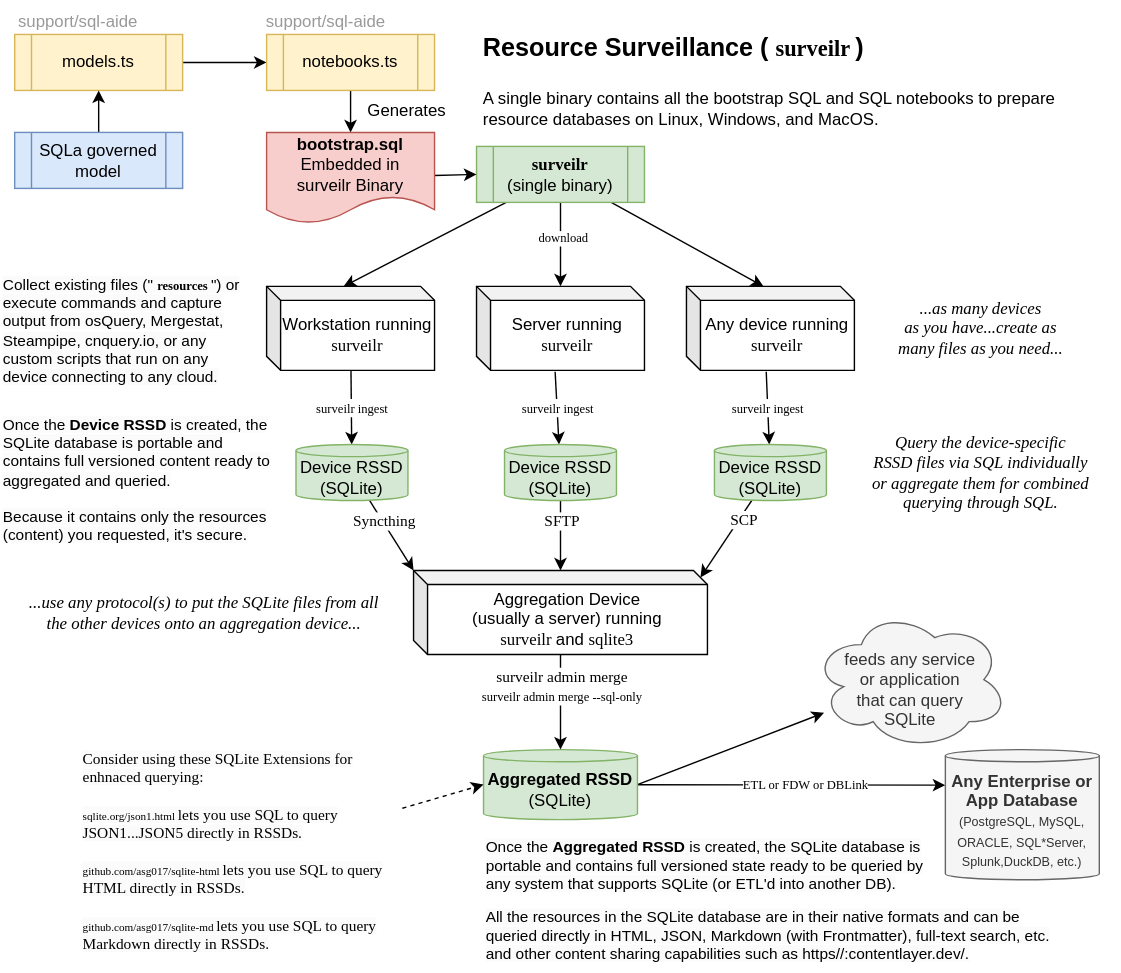
Before: support/docs/architecture.drawio.svg, a diagram exported from draw.io (opsfolio/resource-surveillance). Source tidied: cells renumbered, new cells last; positions are measured from the earlier drawing's top-left corner, leaving out a move shared by most shapes.
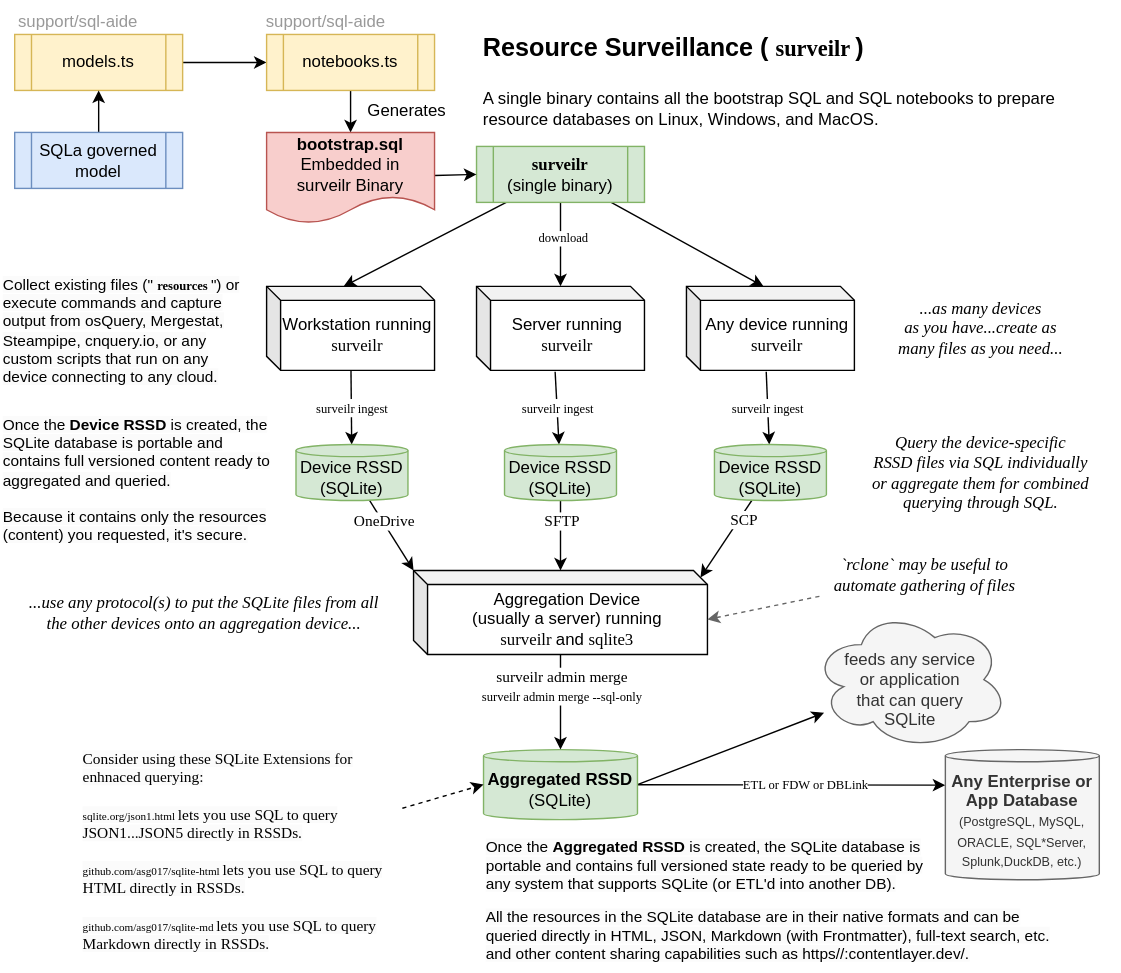
After the commit.

Commit message:
docs: introduce rclone callout

What changed in the source:
```diff
@@ -85,7 +85,7 @@
     <mxCell id="28" style="edgeStyle=none;html=1;entryX=0;entryY=0;entryDx=0;entryDy=0;entryPerimeter=0;fontFamily=Lucida Console;" parent="1" edge="1" source="30" target="42">
       <mxGeometry relative="1" as="geometry" />
     </mxCell>
-    <mxCell id="29" value="Syncthing" style="edgeLabel;html=1;align=center;verticalAlign=middle;fontFamily=Comic Sans MS;" parent="28" vertex="1">
+    <mxCell id="29" value="OneDrive" style="edgeLabel;html=1;align=center;verticalAlign=middle;fontFamily=Comic Sans MS;" parent="28" vertex="1">
       <mxGeometry x="-0.37" y="1" relative="1" as="geometry" />
     </mxCell>
     <mxCell id="30" value="Device RSSD (SQLite)" style="shape=cylinder3;whiteSpace=wrap;html=1;boundedLbl=1;backgroundOutline=1;size=4.333333333333414;fillColor=#d5e8d4;strokeColor=#82b366;" parent="1" vertex="1">
@@ -156,5 +156,11 @@
     <mxCell id="51" value="&lt;span style=&quot;orphans: 2; text-align: left; text-indent: 0px; widows: 2; background-color: rgb(251, 251, 251); text-decoration-thickness: initial; text-decoration-style: initial; text-decoration-color: initial; float: none; display: inline !important;&quot;&gt;Consider using these SQLite Extensions for enhnaced querying:&lt;br&gt;&lt;br&gt;&lt;font style=&quot;font-size: 8px;&quot; face=&quot;Lucida Console&quot;&gt;sqlite.org/json1.html&lt;/font&gt; lets you use SQL to query JSON1...JSON5 directly in RSSDs.&lt;br&gt;&lt;br&gt;&lt;font style=&quot;font-size: 8px;&quot; face=&quot;Lucida Console&quot;&gt;github.com/asg017/sqlite-html&lt;/font&gt; lets you use SQL to query HTML directly in RSSDs.&lt;br&gt;&lt;br&gt;&lt;font style=&quot;font-size: 8px;&quot; face=&quot;Lucida Console&quot;&gt;github.com/asg017/sqlite-md&lt;/font&gt; lets you use SQL to query Markdown directly in RSSDs.&lt;br&gt;&lt;br&gt;&lt;/span&gt;" style="text;whiteSpace=wrap;html=1;fontSize=11;fontFamily=Garamond;" parent="1" vertex="1">
       <mxGeometry x="57" y="529" width="230" height="163" as="geometry" />
     </mxCell>
+    <mxCell id="52" style="edgeStyle=none;html=1;entryX=0;entryY=0;entryDx=210;entryDy=35;entryPerimeter=0;dashed=1;fillColor=#f5f5f5;strokeColor=#666666;" parent="1" edge="1" source="53" target="42">
+      <mxGeometry relative="1" as="geometry" />
+    </mxCell>
+    <mxCell id="53" value="&lt;font&gt;`rclone` may be useful to&lt;br&gt;automate gathering of files&lt;br&gt;&lt;/font&gt;" style="text;html=1;align=center;verticalAlign=middle;points=[];strokeColor=none;fillColor=none;fontFamily=Times New Roman;fontStyle=2;" parent="1" vertex="1">
+      <mxGeometry x="585" y="390" width="150" height="40" as="geometry" />
+    </mxCell>
   </root>
 </mxGraphModel>
```
